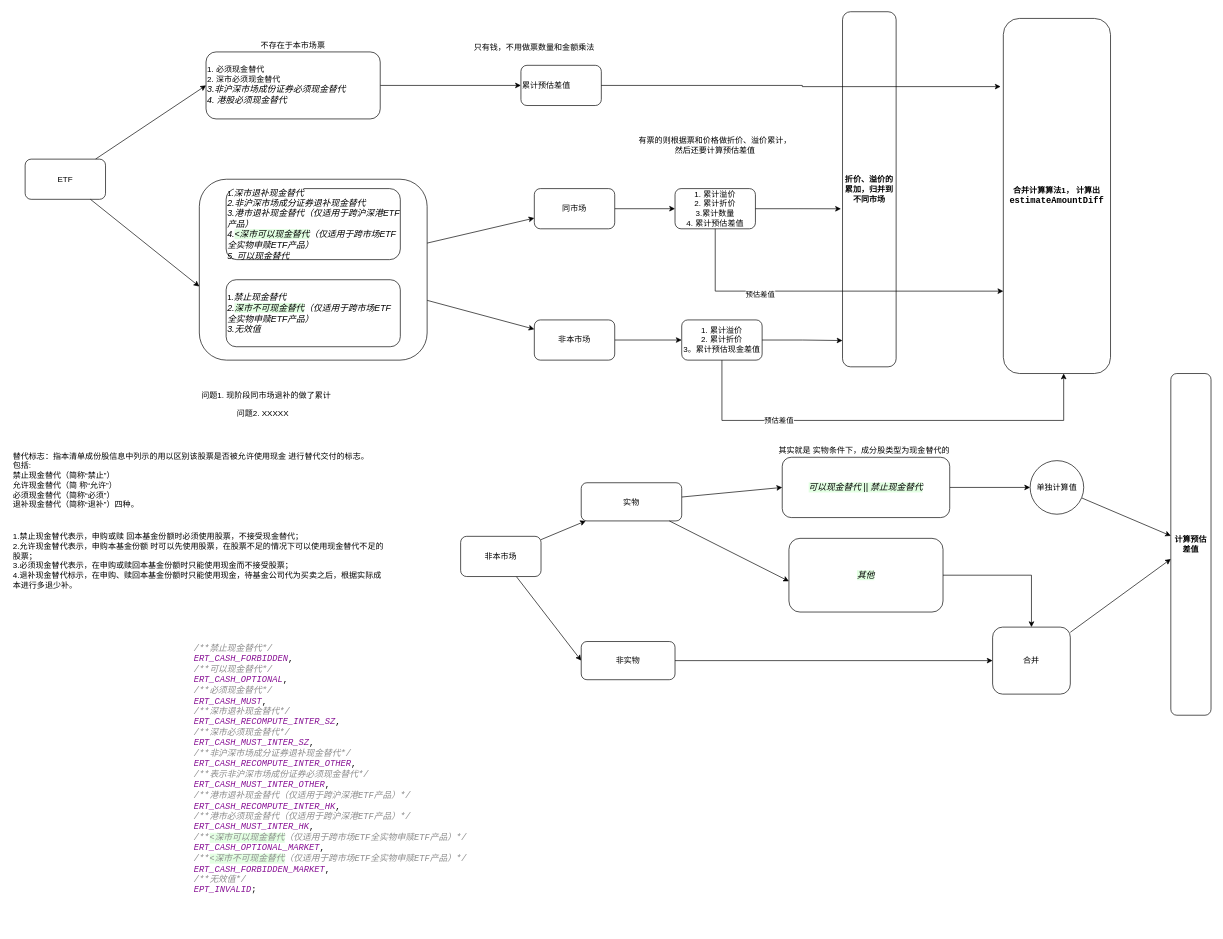
Before: ETF指标逻辑梳理.drawio in 89780012/drawio, a draw.io diagram. Source tidied: cells renumbered, new cells numbered last; positions are measured from the earlier drawing's top-left corner, leaving out a move shared by most shapes. Both pictures are drawn from the tidied source at 67%, with x=0, y=0 at pixel (11, 11).
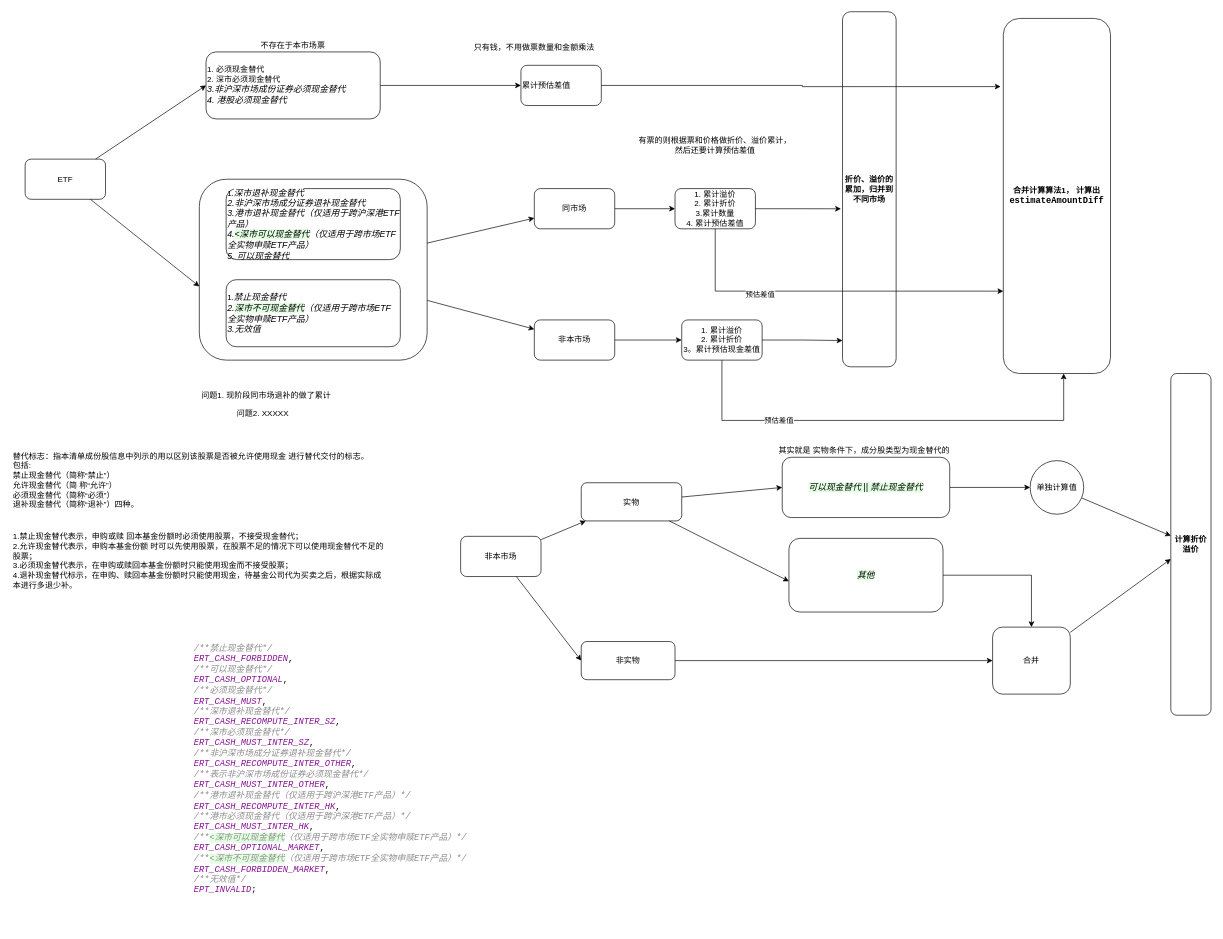
After the change.

Commit message:
更新ETF指标逻辑梳理.drawio

Change to the diagram source:
```diff
@@
-    <mxCell id="48" value="计算预估差值" style="rounded=1;whiteSpace=wrap;html=1;fontStyle=1;" parent="1" vertex="1">
+    <mxCell id="48" value="计算折价溢价" style="rounded=1;whiteSpace=wrap;html=1;fontStyle=1;" parent="1" vertex="1">
       <mxGeometry x="1730" y="540" width="60" height="510" as="geometry" />
     </mxCell>
```
